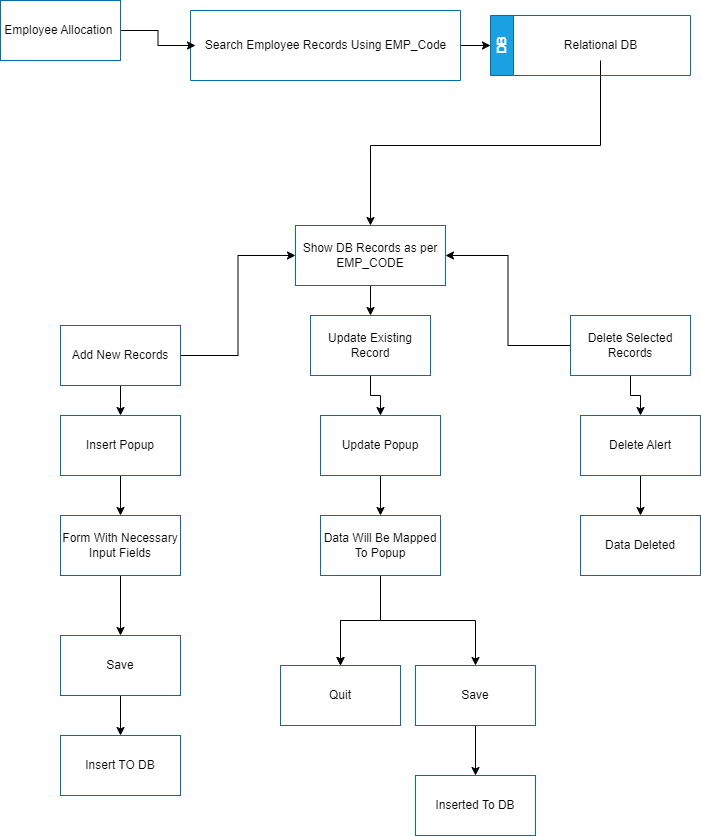
Above: eauser_report.drawio.png in mananhiteshkataria/drawio (draw.io), before the change. Source tidied: cells renumbered, new cells last; positions are measured from the earlier drawing's top-left corner, leaving out a move shared by most shapes.
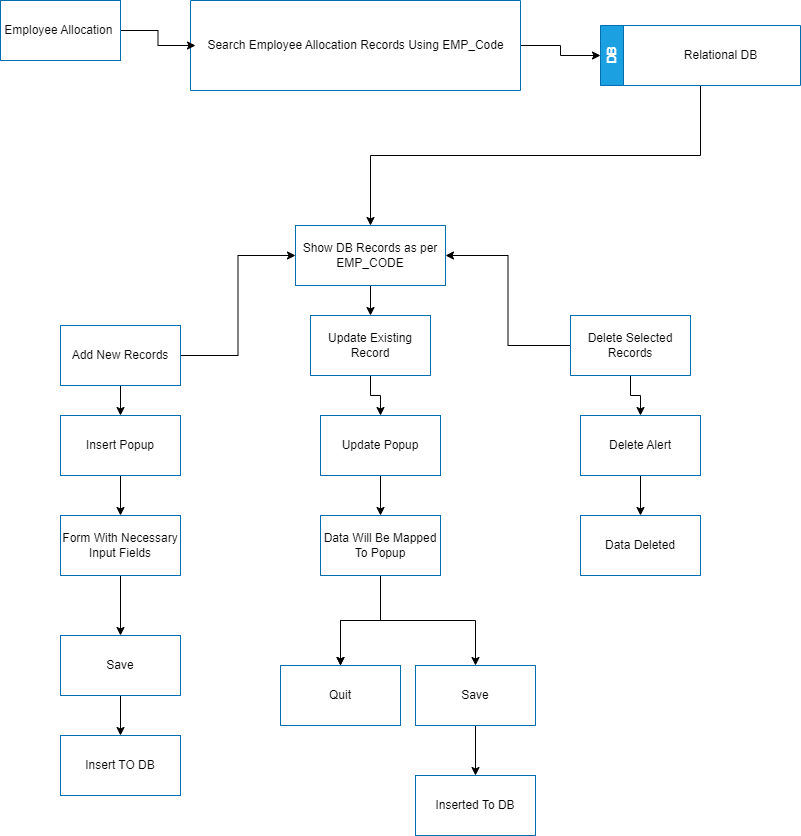
After the change.

What changed in the source:
```diff
@@ -6,16 +6,19 @@
       <mxGeometry relative="1" as="geometry" />
     </mxCell>
     <mxCell id="3" style="swimlane;startSize=0;fillColor=#1ba1e2;fontColor=#ffffff;strokeColor=#006EAF;" parent="1" vertex="1">
-      <mxGeometry x="190" y="10" width="270" height="70" as="geometry" />
+      <mxGeometry x="190" width="330" height="90" as="geometry" />
     </mxCell>
-    <mxCell id="4" value="Search Employee Records Using EMP_Code" style="text;html=1;align=center;verticalAlign=middle;points=[];fontColor=#000000;" parent="3" vertex="1">
-      <mxGeometry x="5" y="20" width="260" height="30" as="geometry" />
+    <mxCell id="4" value="Search Employee Allocation Records Using EMP_Code" style="text;html=1;align=center;verticalAlign=middle;points=[];fontColor=#000000;" parent="3" vertex="1">
+      <mxGeometry x="5" y="30" width="320" height="30" as="geometry" />
     </mxCell>
+    <mxCell id="40" style="edgeStyle=orthogonalEdgeStyle;rounded=0;jettySize=auto;html=1;exitX=0.5;exitY=1;exitDx=0;exitDy=0;" parent="1" edge="1" source="5" target="8">
+      <mxGeometry relative="1" as="geometry" />
+    </mxCell>
     <mxCell id="5" value="DB" style="swimlane;horizontal=0;whiteSpace=wrap;html=1;fillColor=#1ba1e2;fontColor=#ffffff;strokeColor=#006EAF;" parent="1" vertex="1">
-      <mxGeometry x="490" y="15" width="200" height="60" as="geometry" />
+      <mxGeometry x="600" y="25" width="200" height="60" as="geometry" />
     </mxCell>
     <mxCell id="6" value="Relational DB" style="text;html=1;align=center;verticalAlign=middle;points=[];strokeColor=none;fillColor=none;fontColor=#000000;" parent="5" vertex="1">
-      <mxGeometry x="60" y="15" width="100" height="30" as="geometry" />
+      <mxGeometry x="70" y="15" width="100" height="30" as="geometry" />
     </mxCell>
     <mxCell id="7" style="edgeStyle=orthogonalEdgeStyle;rounded=0;jettySize=auto;html=1;" parent="1" edge="1" source="8" target="13">
       <mxGeometry relative="1" as="geometry" />
@@ -107,14 +110,6 @@
     <mxCell id="36" value="Insert TO DB" style="rounded=0;whiteSpace=wrap;html=1;fillColor=none;fontColor=#000000;strokeColor=#006EAF;" parent="1" vertex="1">
       <mxGeometry x="60" y="735" width="120" height="60" as="geometry" />
     </mxCell>
-    <mxCell id="37" style="edgeStyle=orthogonalEdgeStyle;rounded=0;jettySize=auto;html=1;" parent="1" edge="1" source="6" target="8">
-      <mxGeometry relative="1" as="geometry">
-        <Array as="points">
-          <mxPoint x="600" y="145" />
-          <mxPoint x="370" y="145" />
-        </Array>
-      </mxGeometry>
-    </mxCell>
     <mxCell id="38" style="edgeStyle=orthogonalEdgeStyle;rounded=0;jettySize=auto;html=1;" parent="1" edge="1" source="39" target="4">
       <mxGeometry relative="1" as="geometry" />
     </mxCell>
```
